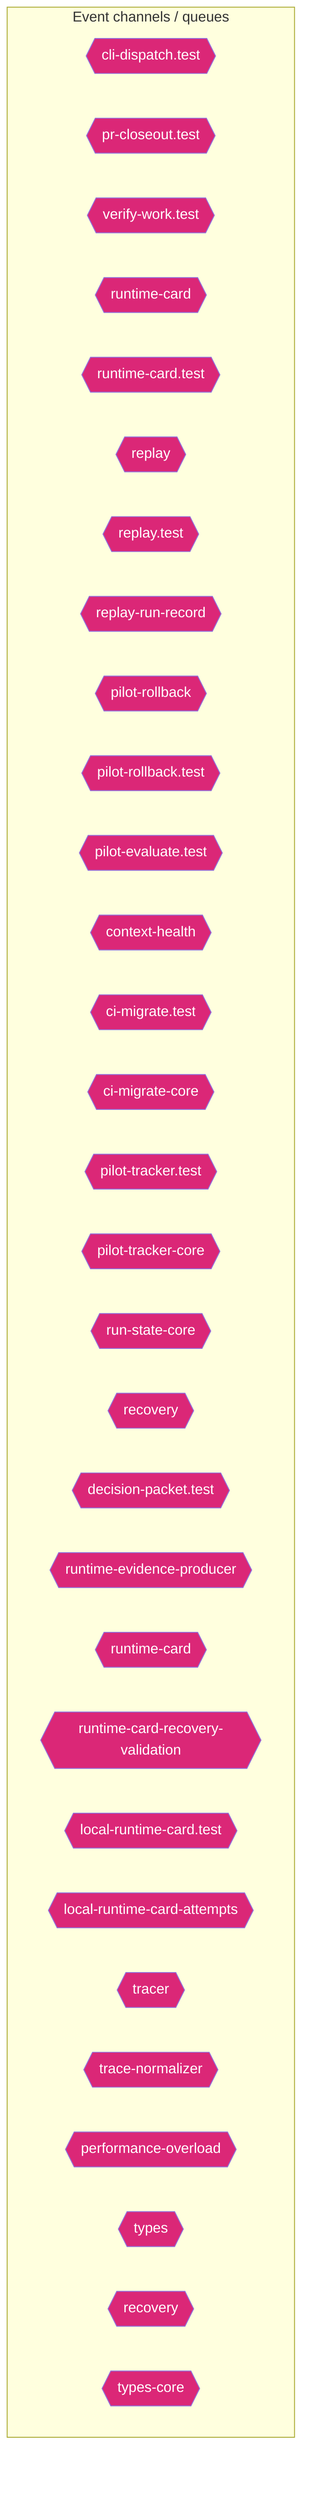
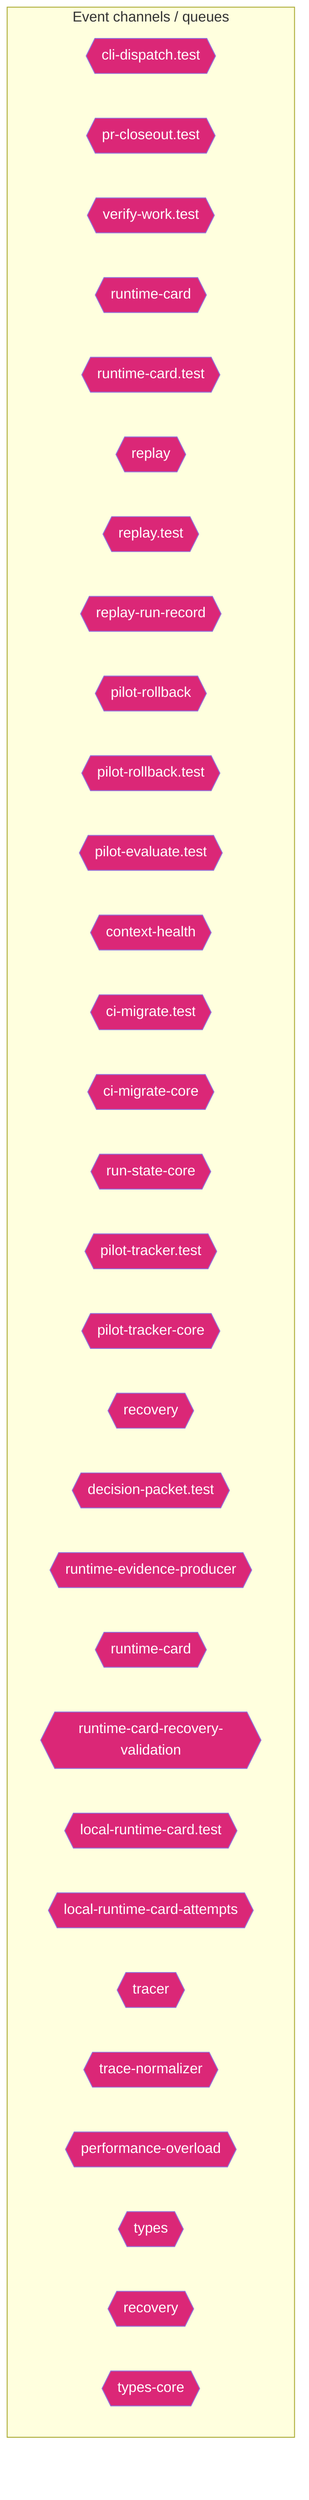
flowchart TD
  subgraph Channels["Event channels / queues"]
    cli_dispatch_test_54c9f17b{{"cli-dispatch.test"}}
    pr_closeout_test_12a1ffdd{{"pr-closeout.test"}}
    verify_work_test_0e12f6c5{{"verify-work.test"}}
    runtime_card_e06b53e1{{"runtime-card"}}
    runtime_card_test_af812837{{"runtime-card.test"}}
    replay_ac203c98{{"replay"}}
    replay_test_935f7436{{"replay.test"}}
    replay_run_record_9a08cce2{{"replay-run-record"}}
    pilot_rollback_00c1f82c{{"pilot-rollback"}}
    pilot_rollback_test_e61d5a2b{{"pilot-rollback.test"}}
    pilot_evaluate_test_a2ac06fc{{"pilot-evaluate.test"}}
    context_health_80bb7da9{{"context-health"}}
    ci_migrate_test_2a015bb9{{"ci-migrate.test"}}
    ci_migrate_core_7005b5af{{"ci-migrate-core"}}
+     run_state_core_25a955bc{{"run-state-core"}}
    pilot_tracker_test_80398a66{{"pilot-tracker.test"}}
    pilot_tracker_core_80d8ac96{{"pilot-tracker-core"}}
-     run_state_core_25a955bc{{"run-state-core"}}
    recovery_8c585378{{"recovery"}}
    decision_packet_test_9ea0e97b{{"decision-packet.test"}}
    runtime_evidence_producer_ea388cb5{{"runtime-evidence-producer"}}
    runtime_card_1_465a49d2{{"runtime-card"}}
    runtime_card_recovery_validation_e216d883{{"runtime-card-recovery-validation"}}
    local_runtime_card_test_b508222b{{"local-runtime-card.test"}}
    local_runtime_card_attempts_28aa46ea{{"local-runtime-card-attempts"}}
    tracer_1e6243a2{{"tracer"}}
    trace_normalizer_cb1be1d2{{"trace-normalizer"}}
    performance_overload_c685bfcf{{"performance-overload"}}
    types_7_2f1ed65e{{"types"}}
    recovery_1_4d1804ab{{"recovery"}}
    types_core_e405ddca{{"types-core"}}
  end
  classDef eventNode fill:#db2777,color:#fff
-   class cli_dispatch_test_54c9f17b,pr_closeout_test_12a1ffdd,verify_work_test_0e12f6c5,runtime_card_e06b53e1,runtime_card_test_af812837,replay_ac203c98,replay_test_935f7436,replay_run_record_9a08cce2,pilot_rollback_00c1f82c,pilot_rollback_test_e61d5a2b,pilot_evaluate_test_a2ac06fc,context_health_80bb7da9,ci_migrate_test_2a015bb9,ci_migrate_core_7005b5af,pilot_tracker_test_80398a66,pilot_tracker_core_80d8ac96,run_state_core_25a955bc,recovery_8c585378,decision_packet_test_9ea0e97b,runtime_evidence_producer_ea388cb5,runtime_card_1_465a49d2,runtime_card_recovery_validation_e216d883,local_runtime_card_test_b508222b,local_runtime_card_attempts_28aa46ea,tracer_1e6243a2,trace_normalizer_cb1be1d2,performance_overload_c685bfcf,types_7_2f1ed65e,recovery_1_4d1804ab,types_core_e405ddca eventNode
+   class cli_dispatch_test_54c9f17b,pr_closeout_test_12a1ffdd,verify_work_test_0e12f6c5,runtime_card_e06b53e1,runtime_card_test_af812837,replay_ac203c98,replay_test_935f7436,replay_run_record_9a08cce2,pilot_rollback_00c1f82c,pilot_rollback_test_e61d5a2b,pilot_evaluate_test_a2ac06fc,context_health_80bb7da9,ci_migrate_test_2a015bb9,ci_migrate_core_7005b5af,run_state_core_25a955bc,pilot_tracker_test_80398a66,pilot_tracker_core_80d8ac96,recovery_8c585378,decision_packet_test_9ea0e97b,runtime_evidence_producer_ea388cb5,runtime_card_1_465a49d2,runtime_card_recovery_validation_e216d883,local_runtime_card_test_b508222b,local_runtime_card_attempts_28aa46ea,tracer_1e6243a2,trace_normalizer_cb1be1d2,performance_overload_c685bfcf,types_7_2f1ed65e,recovery_1_4d1804ab,types_core_e405ddca eventNode
